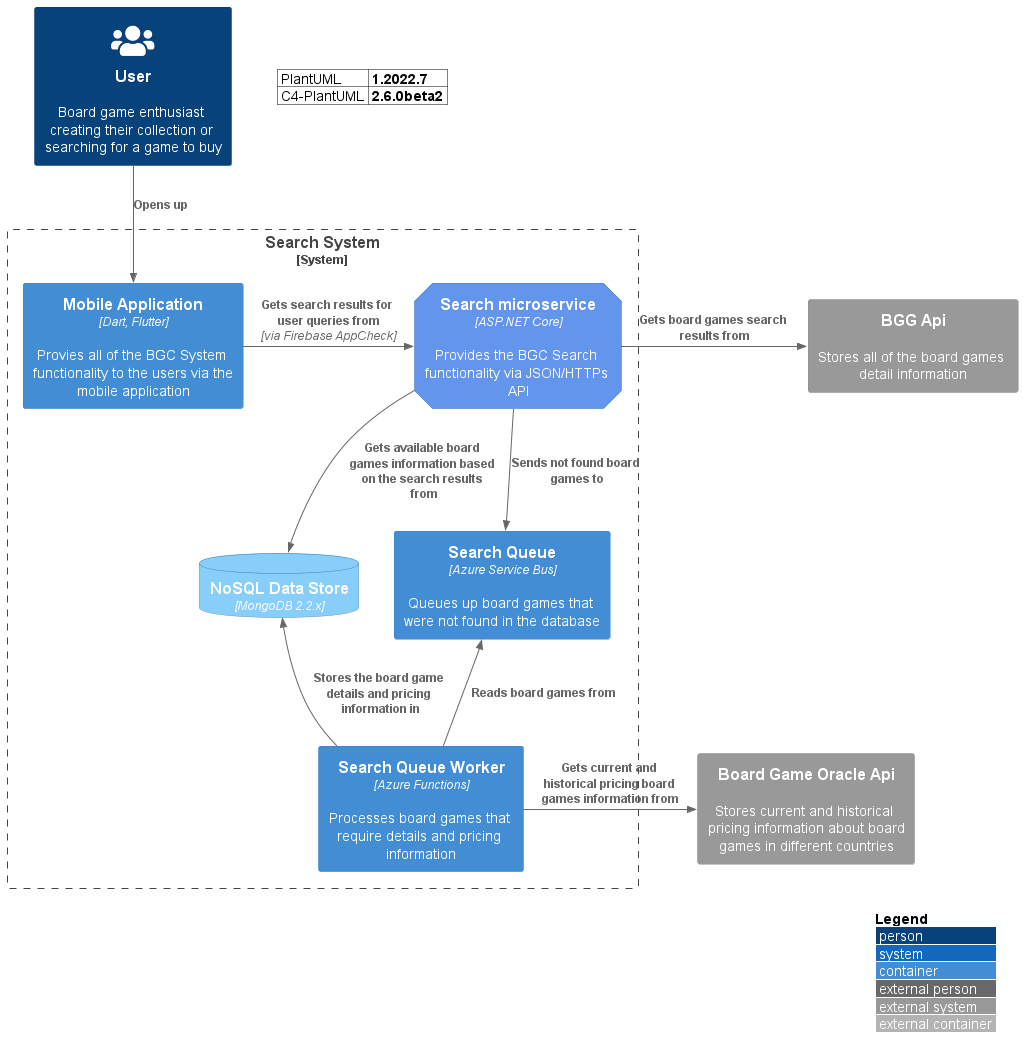
This is architecture/out/search_system_containers_c4_diagram/search_system_containers.png from Progrunning/BoardGamesCompanion, a PlantUML export, as it was before one commit.
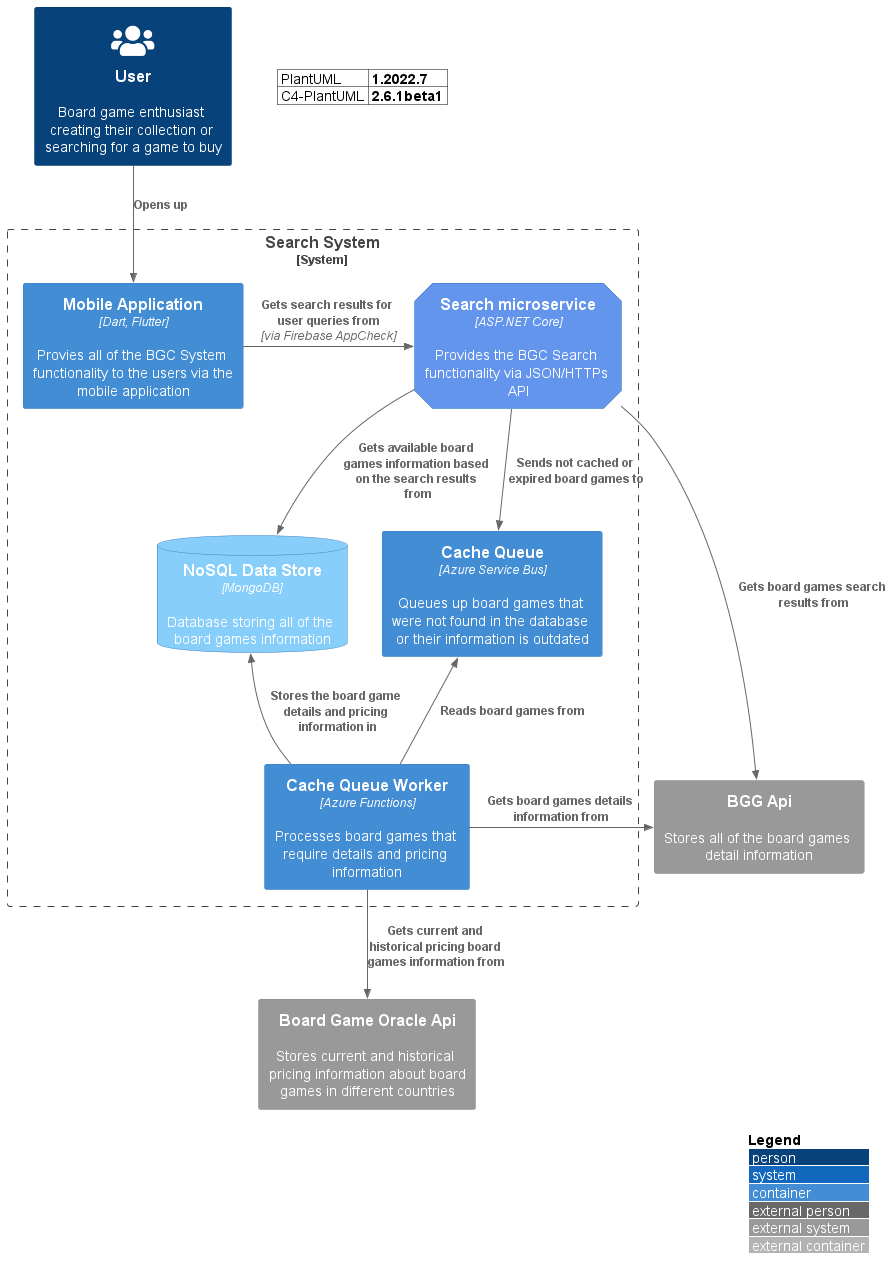
After the commit.

Change to the diagram source:
```diff
@@ -1,8 +1,8 @@
 @startuml search_system_containers
-!include https://raw.githubusercontent.com/plantuml-stdlib/C4-PlantUML/master/C4_Container.puml
-
 !define DEVICONS https://raw.githubusercontent.com/tupadr3/plantuml-icon-font-sprites/master/devicons
 !define FONTAWESOME https://raw.githubusercontent.com/tupadr3/plantuml-icon-font-sprites/master/font-awesome-5
+
+!include https://raw.githubusercontent.com/plantuml-stdlib/C4-PlantUML/master/C4_Container.puml
 !include FONTAWESOME/users.puml
 
 AddElementTag("microService", $shape=EightSidedShape(), $bgColor="CornflowerBlue", $fontColor="white", $legendText="micro service\neight sided")
@@ -15,19 +15,20 @@
 System_Boundary(c1, "Search System"){
     Container(mobile, "Mobile Application", "Dart, Flutter", "Provies all of the BGC System functionality to the users via the mobile application")
     Container(searchService, "Search microservice", "ASP.NET Core", "Provides the BGC Search functionality via JSON/HTTPs API", $tags="microService")
-    ContainerDb(nosql, "NoSQL Data Store", "MongoDB 2.2.x", $tags="storage")
-    Container(searchQueue, "Search Queue", "Azure Service Bus", "Queues up board games that were not found in the database")
-    Container(searchQueueWorker, "Search Queue Worker", "Azure Functions", "Processes board games that require details and pricing information")
+    ContainerDb(nosql, "NoSQL Data Store", "MongoDB", "Database storing all of the board games information", $tags="storage")
+    Container(cacheQueue, "Cache Queue", "Azure Service Bus", "Queues up board games that were not found in the database or their information is outdated")
+    Container(cacheQueueWorker, "Cache Queue Worker", "Azure Functions", "Processes board games that require details and pricing information")
 }
 
 Rel(user, mobile, "Opens up")
 Rel_R(mobile, searchService, "Gets search results for user queries from", "via Firebase AppCheck")
 Rel_R(searchService, bggApi, "Gets board games search results from")
 Rel_D(searchService, nosql, "Gets available board games information based on the search results from")
-Rel_D(searchService, searchQueue, "Sends not found board games to")
-Rel_U(searchQueueWorker, searchQueue, "Reads board games from")
-Rel_U(searchQueueWorker, nosql, "Stores the board game details and pricing information in")
-Rel_R(searchQueueWorker, boardGameOracleApi, "Gets current and historical pricing board games information from")
+Rel_D(searchService, cacheQueue, "Sends not cached or expired board games to")
+Rel_U(cacheQueueWorker, cacheQueue, "Reads board games from")
+Rel_U(cacheQueueWorker, nosql, "Stores the board game details and pricing information in")
+Rel_R(cacheQueueWorker, bggApi, "Gets board games details information from")
+Rel_D(cacheQueueWorker, boardGameOracleApi, "Gets current and historical pricing board games information from")
 
 LAYOUT_WITH_LEGEND()
 
```
